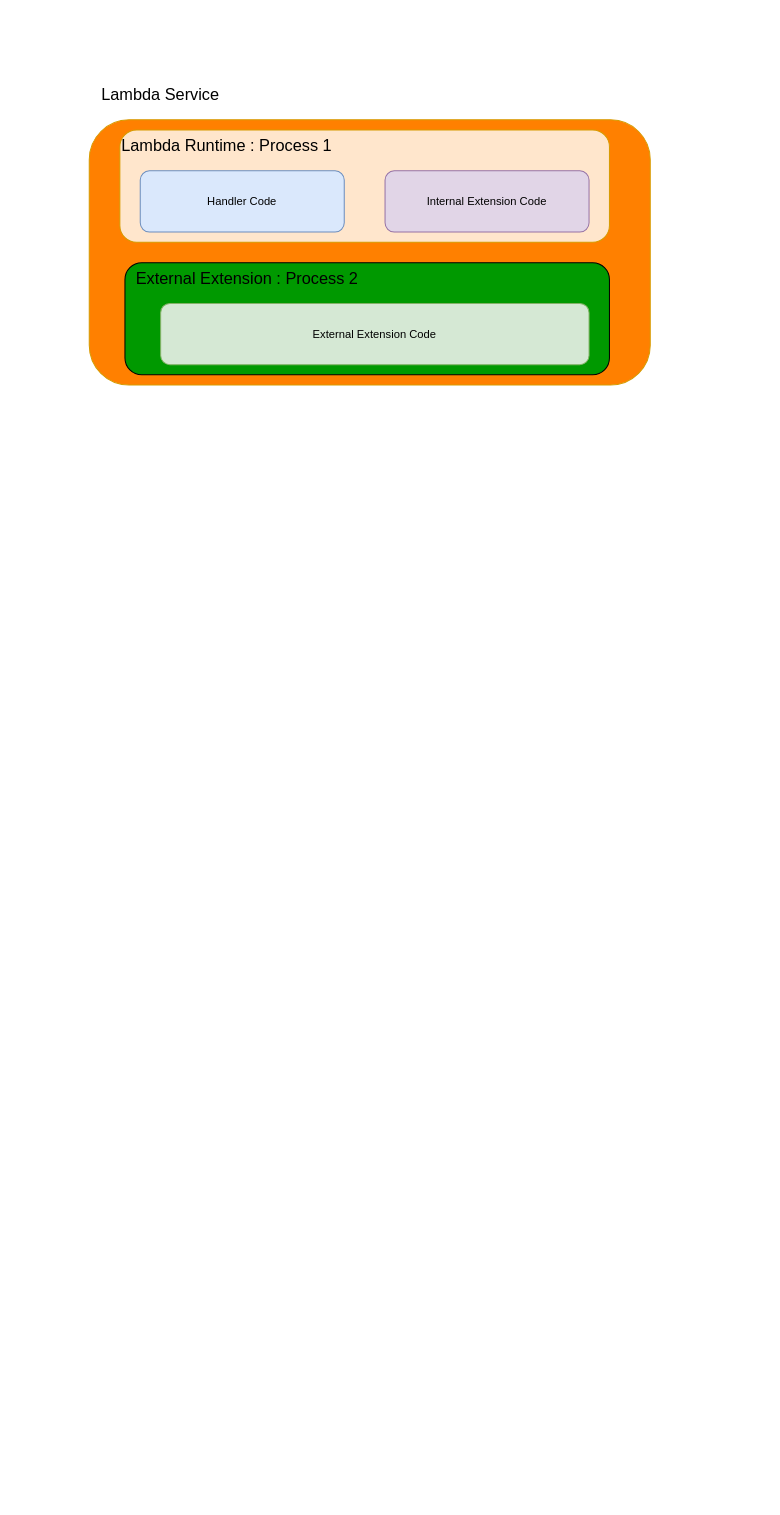
This is page "Module 9 : Lambda" (3 of 5) of DevelopingOnAWS/DevelopingOnAWS.drawio from mcharouk/aws, a draw.io file, before an edit. Source tidied: cells renumbered, new cells numbered last; positions are measured from the earlier drawing's top-left corner, leaving out a move shared by most shapes. Both pictures are drawn from the tidied source at 102%, with x=0, y=0 at pixel (89, 79).
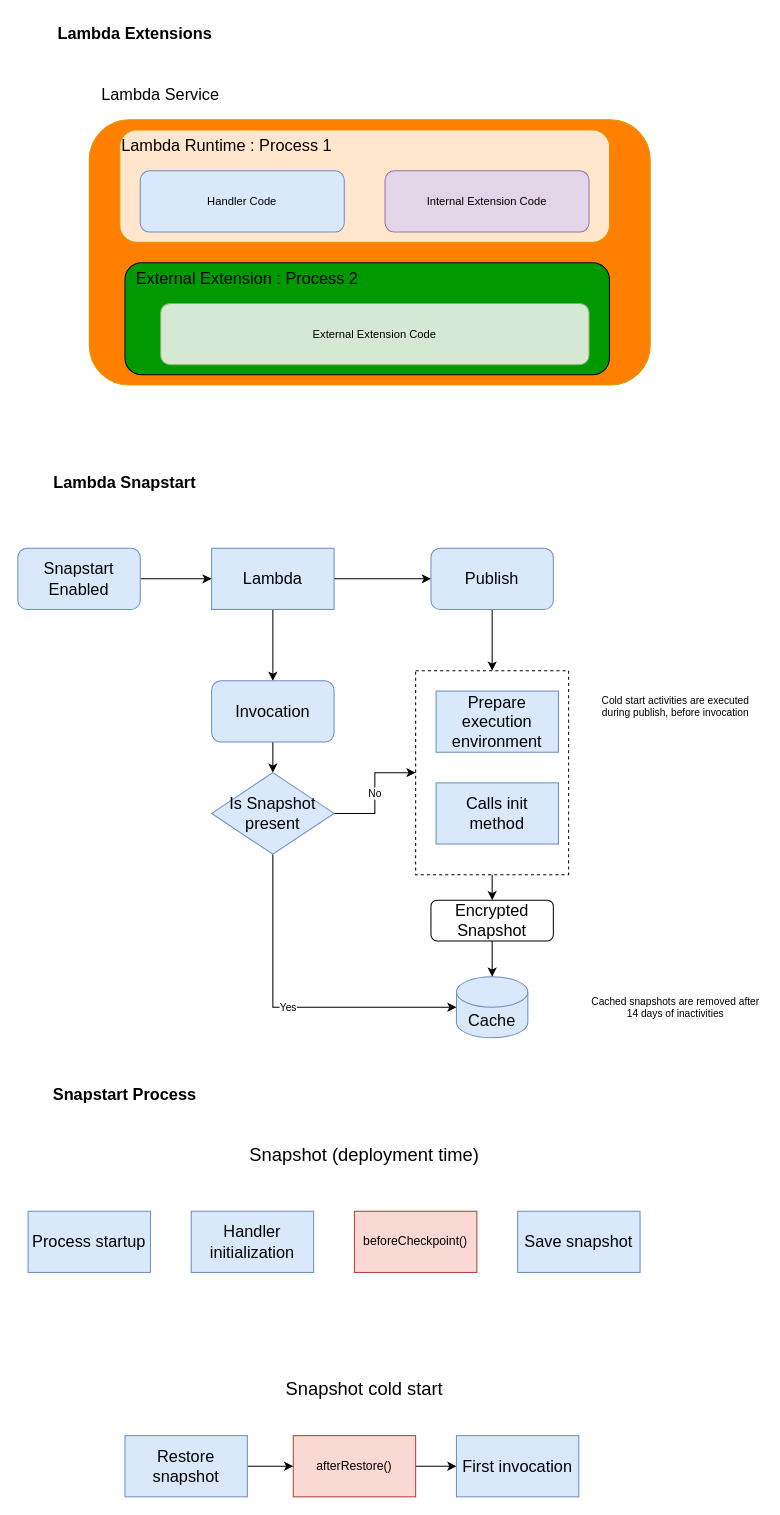
The same page after the edit.

Diff of the diagram source:
```diff
@@
+    <mxCell id="11" value="Lambda Extensions" style="text;html=1;strokeColor=none;fillColor=none;align=center;verticalAlign=middle;whiteSpace=wrap;rounded=0;fontSize=16;fontStyle=1;" parent="1" vertex="1">
+      <mxGeometry x="-50" y="-60" width="190" height="30" as="geometry" />
+    </mxCell>
+    <mxCell id="12" value="Lambda Snapstart" style="text;html=1;strokeColor=none;fillColor=none;align=center;verticalAlign=middle;whiteSpace=wrap;rounded=0;fontSize=16;fontStyle=1;" parent="1" vertex="1">
+      <mxGeometry x="-60" y="380" width="190" height="30" as="geometry" />
+    </mxCell>
+    <mxCell id="13" style="edgeStyle=orthogonalEdgeStyle;rounded=0;jettySize=auto;html=1;fontSize=16;" parent="1" edge="1" source="14" target="17">
+      <mxGeometry relative="1" as="geometry" />
+    </mxCell>
+    <mxCell id="14" value="Snapstart Enabled" style="rounded=1;whiteSpace=wrap;html=1;fontSize=16;fillColor=#dae8fc;strokeColor=#6c8ebf;" parent="1" vertex="1">
+      <mxGeometry x="-70" y="460" width="120" height="60" as="geometry" />
+    </mxCell>
+    <mxCell id="15" style="edgeStyle=orthogonalEdgeStyle;rounded=0;jettySize=auto;html=1;fontSize=16;" parent="1" edge="1" source="17" target="21">
+      <mxGeometry relative="1" as="geometry" />
+    </mxCell>
+    <mxCell id="16" style="edgeStyle=orthogonalEdgeStyle;rounded=0;jettySize=auto;html=1;entryX=0.5;entryY=0;entryDx=0;entryDy=0;fontSize=10;" parent="1" edge="1" source="17" target="19">
+      <mxGeometry relative="1" as="geometry" />
+    </mxCell>
+    <mxCell id="17" value="Lambda" style="rounded=0;whiteSpace=wrap;html=1;fontSize=16;fillColor=#dae8fc;strokeColor=#6c8ebf;" parent="1" vertex="1">
+      <mxGeometry x="120" y="460" width="120" height="60" as="geometry" />
+    </mxCell>
+    <mxCell id="18" style="edgeStyle=orthogonalEdgeStyle;rounded=0;jettySize=auto;html=1;fontSize=10;" parent="1" edge="1" source="19" target="26">
+      <mxGeometry relative="1" as="geometry" />
+    </mxCell>
+    <mxCell id="19" value="Invocation" style="rounded=1;whiteSpace=wrap;html=1;fontSize=16;fillColor=#dae8fc;strokeColor=#6c8ebf;" parent="1" vertex="1">
+      <mxGeometry x="120" y="590" width="120" height="60" as="geometry" />
+    </mxCell>
+    <mxCell id="20" style="edgeStyle=orthogonalEdgeStyle;rounded=0;jettySize=auto;html=1;entryX=0.5;entryY=0;entryDx=0;entryDy=0;fontSize=10;" parent="1" edge="1" source="21" target="28">
+      <mxGeometry relative="1" as="geometry" />
+    </mxCell>
+    <mxCell id="21" value="Publish" style="rounded=1;whiteSpace=wrap;html=1;fontSize=16;fillColor=#dae8fc;strokeColor=#6c8ebf;" parent="1" vertex="1">
+      <mxGeometry x="335" y="460" width="120" height="60" as="geometry" />
+    </mxCell>
+    <mxCell id="22" value="Prepare execution&lt;br&gt;&amp;nbsp;environment&amp;nbsp;" style="rounded=0;whiteSpace=wrap;html=1;fontSize=16;fillColor=#dae8fc;strokeColor=#6c8ebf;" parent="1" vertex="1">
+      <mxGeometry x="340" y="600" width="120" height="60" as="geometry" />
+    </mxCell>
+    <mxCell id="23" value="Calls init method" style="rounded=0;whiteSpace=wrap;html=1;fontSize=16;fillColor=#dae8fc;strokeColor=#6c8ebf;" parent="1" vertex="1">
+      <mxGeometry x="340" y="690" width="120" height="60" as="geometry" />
+    </mxCell>
+    <mxCell id="24" value="No" style="edgeStyle=orthogonalEdgeStyle;rounded=0;jettySize=auto;html=1;entryX=0;entryY=0.5;entryDx=0;entryDy=0;fontSize=10;" parent="1" edge="1" source="26" target="28">
+      <mxGeometry relative="1" as="geometry" />
+    </mxCell>
+    <mxCell id="25" value="Yes" style="edgeStyle=orthogonalEdgeStyle;rounded=0;jettySize=auto;html=1;entryX=0;entryY=0.5;entryDx=0;entryDy=0;entryPerimeter=0;fontSize=10;" parent="1" edge="1" source="26" target="30">
+      <mxGeometry relative="1" as="geometry">
+        <Array as="points">
+          <mxPoint x="180" y="910" />
+        </Array>
+      </mxGeometry>
+    </mxCell>
+    <mxCell id="26" value="Is Snapshot present" style="rhombus;whiteSpace=wrap;html=1;fontSize=16;fillColor=#dae8fc;strokeColor=#6c8ebf;" parent="1" vertex="1">
+      <mxGeometry x="120" y="680" width="120" height="80" as="geometry" />
+    </mxCell>
+    <mxCell id="27" style="edgeStyle=orthogonalEdgeStyle;rounded=0;jettySize=auto;html=1;fontSize=10;" parent="1" edge="1" source="28" target="32">
+      <mxGeometry relative="1" as="geometry" />
+    </mxCell>
+    <mxCell id="28" style="rounded=0;whiteSpace=wrap;html=1;fontSize=16;fillColor=none;dashed=1;" parent="1" vertex="1">
+      <mxGeometry x="320" y="580" width="150" height="200" as="geometry" />
+    </mxCell>
+    <mxCell id="29" value="Cold start activities are executed during publish, before invocation" style="text;html=1;strokeColor=none;fillColor=none;align=center;verticalAlign=middle;whiteSpace=wrap;rounded=0;fontSize=10;" parent="1" vertex="1">
+      <mxGeometry x="490" y="600" width="170" height="30" as="geometry" />
+    </mxCell>
+    <mxCell id="30" value="Cache" style="shape=cylinder3;whiteSpace=wrap;html=1;boundedLbl=1;backgroundOutline=1;size=15;fontSize=16;fillColor=#dae8fc;strokeColor=#6c8ebf;" parent="1" vertex="1">
+      <mxGeometry x="360" y="880" width="70" height="60" as="geometry" />
+    </mxCell>
+    <mxCell id="31" style="edgeStyle=orthogonalEdgeStyle;rounded=0;jettySize=auto;html=1;fontSize=10;" parent="1" edge="1" source="32" target="30">
+      <mxGeometry relative="1" as="geometry" />
+    </mxCell>
+    <mxCell id="32" value="Encrypted Snapshot" style="rounded=1;whiteSpace=wrap;html=1;fontSize=16;fillColor=none;" parent="1" vertex="1">
+      <mxGeometry x="335" y="805" width="120" height="40" as="geometry" />
+    </mxCell>
+    <mxCell id="33" value="Cached snapshots are removed after 14 days of inactivities" style="text;html=1;strokeColor=none;fillColor=none;align=center;verticalAlign=middle;whiteSpace=wrap;rounded=0;fontSize=10;" parent="1" vertex="1">
+      <mxGeometry x="490" y="880" width="170" height="60" as="geometry" />
+    </mxCell>
+    <mxCell id="34" value="Snapstart Process" style="text;html=1;strokeColor=none;fillColor=none;align=center;verticalAlign=middle;whiteSpace=wrap;rounded=0;fontSize=16;fontStyle=1;" parent="1" vertex="1">
+      <mxGeometry x="-60" y="980" width="190" height="30" as="geometry" />
+    </mxCell>
+    <mxCell id="35" value="Process startup" style="rounded=0;whiteSpace=wrap;html=1;fontSize=16;fillColor=#dae8fc;strokeColor=#6c8ebf;fillStyle=auto;" parent="1" vertex="1">
+      <mxGeometry x="-60" y="1110" width="120" height="60" as="geometry" />
+    </mxCell>
+    <mxCell id="36" value="Handler initialization" style="rounded=0;whiteSpace=wrap;html=1;fontSize=16;fillColor=#dae8fc;strokeColor=#6c8ebf;fillStyle=auto;" parent="1" vertex="1">
+      <mxGeometry x="100" y="1110" width="120" height="60" as="geometry" />
+    </mxCell>
+    <mxCell id="37" value="beforeCheckpoint()" style="rounded=0;whiteSpace=wrap;html=1;fontSize=12;fillColor=#fad9d5;strokeColor=#ae4132;fillStyle=auto;" parent="1" vertex="1">
+      <mxGeometry x="260" y="1110" width="120" height="60" as="geometry" />
+    </mxCell>
+    <mxCell id="38" value="Save snapshot" style="rounded=0;whiteSpace=wrap;html=1;fontSize=16;fillColor=#dae8fc;strokeColor=#6c8ebf;fillStyle=auto;" parent="1" vertex="1">
+      <mxGeometry x="420" y="1110" width="120" height="60" as="geometry" />
+    </mxCell>
+    <mxCell id="39" style="edgeStyle=orthogonalEdgeStyle;rounded=0;jettySize=auto;html=1;fontSize=12;" parent="1" edge="1" source="40" target="44">
+      <mxGeometry relative="1" as="geometry" />
+    </mxCell>
+    <mxCell id="40" value="Restore snapshot" style="rounded=0;whiteSpace=wrap;html=1;fontSize=16;fillColor=#dae8fc;strokeColor=#6c8ebf;fillStyle=auto;" parent="1" vertex="1">
+      <mxGeometry x="35" y="1330" width="120" height="60" as="geometry" />
+    </mxCell>
+    <mxCell id="41" value="Snapshot (deployment time)" style="text;html=1;strokeColor=none;fillColor=none;align=center;verticalAlign=middle;whiteSpace=wrap;rounded=0;fontSize=18;" parent="1" vertex="1">
+      <mxGeometry x="93" y="1040" width="354" height="30" as="geometry" />
+    </mxCell>
+    <mxCell id="42" value="Snapshot cold start" style="text;html=1;strokeColor=none;fillColor=none;align=center;verticalAlign=middle;whiteSpace=wrap;rounded=0;fontSize=18;" parent="1" vertex="1">
+      <mxGeometry x="93" y="1270" width="354" height="30" as="geometry" />
+    </mxCell>
+    <mxCell id="43" style="edgeStyle=orthogonalEdgeStyle;rounded=0;jettySize=auto;html=1;fontSize=12;" parent="1" edge="1" source="44" target="45">
+      <mxGeometry relative="1" as="geometry" />
+    </mxCell>
+    <mxCell id="44" value="afterRestore()" style="rounded=0;whiteSpace=wrap;html=1;fontSize=12;fillColor=#fad9d5;strokeColor=#ae4132;fillStyle=auto;" parent="1" vertex="1">
+      <mxGeometry x="200" y="1330" width="120" height="60" as="geometry" />
+    </mxCell>
+    <mxCell id="45" value="First invocation" style="rounded=0;whiteSpace=wrap;html=1;fontSize=16;fillColor=#dae8fc;strokeColor=#6c8ebf;fillStyle=auto;" parent="1" vertex="1">
+      <mxGeometry x="360" y="1330" width="120" height="60" as="geometry" />
+    </mxCell>
```
